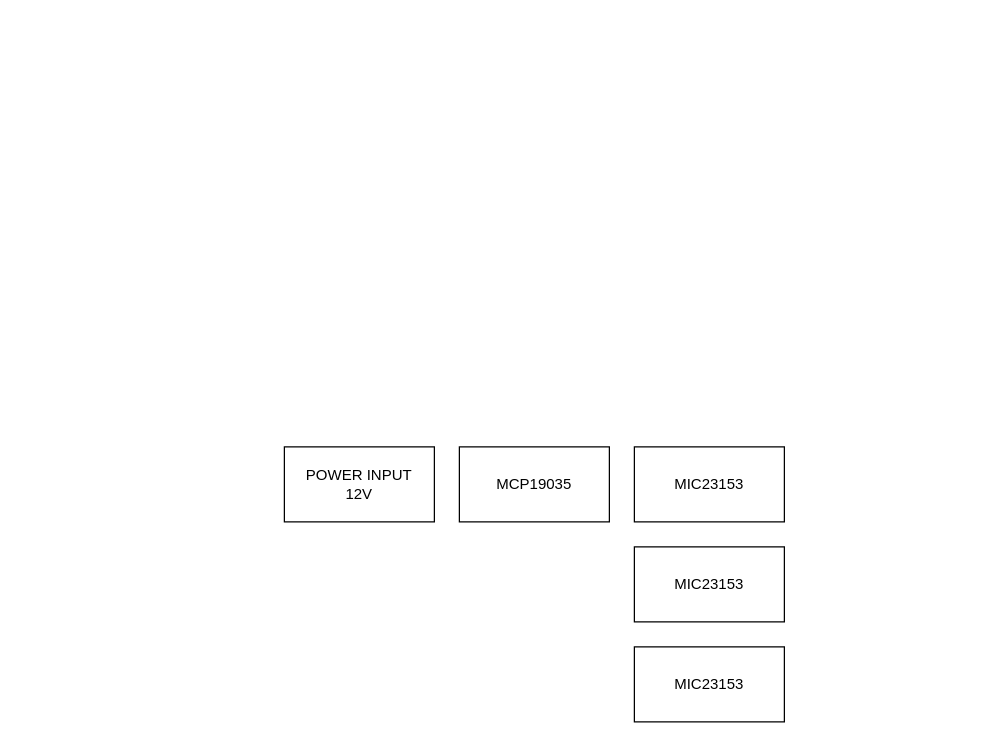
This is Docs/System Design/power-overview.drawio from silardg/hub_project, a draw.io file, before an edit. Source tidied: cells renumbered, new cells numbered last; positions are measured from the earlier drawing's top-left corner, leaving out a move shared by most shapes. Both pictures are drawn from the tidied source at 125%, with x=0, y=0 at pixel (284, 446).
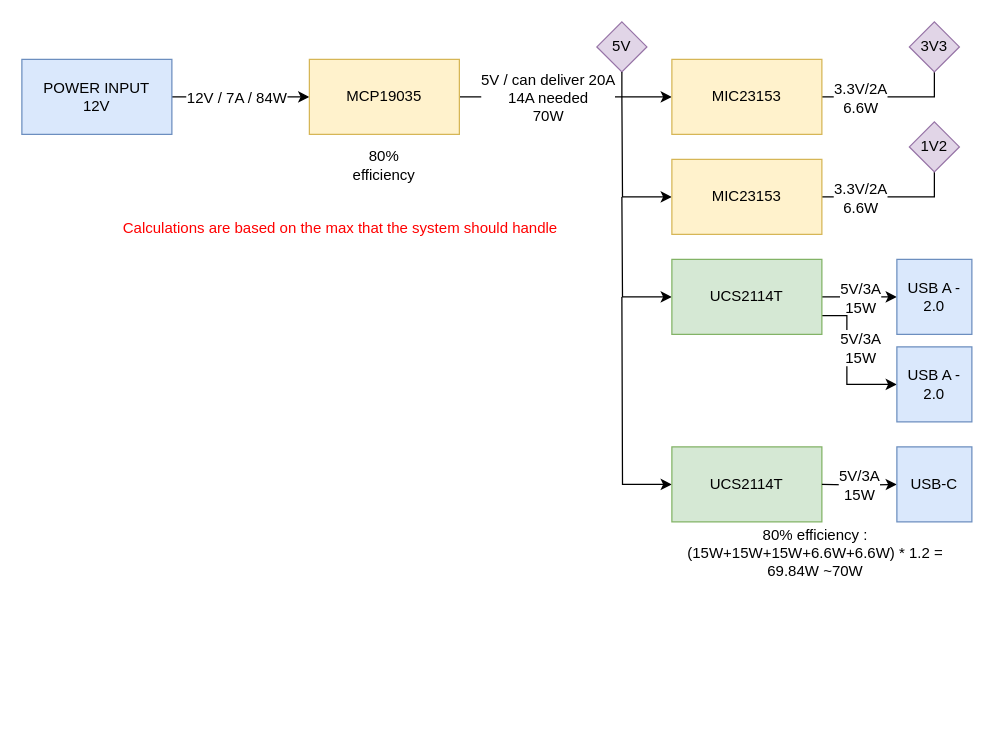
Above is the later version.

Commit message (it also covers changes not shown here):
Adding power design

The edit, as a diff of the source:
```diff
@@
+    <mxCell id="7" style="edgeStyle=orthogonalEdgeStyle;rounded=0;jettySize=auto;html=1;" parent="1" edge="1" source="2" target="3">
+      <mxGeometry relative="1" as="geometry" />
+    </mxCell>
+    <mxCell id="8" value="12V / 7A / 84W" style="edgeLabel;html=1;align=center;verticalAlign=middle;fontSize=12;" parent="7" vertex="1">
+      <mxGeometry x="-0.19" relative="1" as="geometry">
+        <mxPoint x="6" as="offset" />
+      </mxGeometry>
+    </mxCell>
-    <mxCell id="2" value="POWER INPUT&lt;br&gt;12V" style="rounded=0;whiteSpace=wrap;html=1;" parent="1" vertex="1">
-      <mxGeometry width="120" height="60" as="geometry" />
+    <mxCell id="2" value="POWER INPUT&lt;br&gt;12V" style="rounded=0;whiteSpace=wrap;html=1;fillColor=#dae8fc;strokeColor=#6c8ebf;" parent="1" vertex="1">
+      <mxGeometry x="-210" y="-310" width="120" height="60" as="geometry" />
     </mxCell>
+    <mxCell id="9" style="edgeStyle=orthogonalEdgeStyle;rounded=0;jettySize=auto;html=1;fontSize=12;" parent="1" edge="1" source="3" target="4">
+      <mxGeometry relative="1" as="geometry" />
+    </mxCell>
+    <mxCell id="10" value="5V / can deliver 20A&lt;br&gt;14A needed&lt;br&gt;70W" style="edgeLabel;html=1;align=center;verticalAlign=middle;fontSize=12;" parent="9" vertex="1">
+      <mxGeometry x="-0.31" y="1" relative="1" as="geometry">
+        <mxPoint x="11" y="1" as="offset" />
+      </mxGeometry>
+    </mxCell>
-    <mxCell id="3" value="MCP19035" style="rounded=0;whiteSpace=wrap;html=1;" parent="1" vertex="1">
-      <mxGeometry x="140" width="120" height="60" as="geometry" />
+    <mxCell id="3" value="MCP19035" style="rounded=0;whiteSpace=wrap;html=1;fillColor=#fff2cc;strokeColor=#d6b656;" parent="1" vertex="1">
+      <mxGeometry x="20" y="-310" width="120" height="60" as="geometry" />
     </mxCell>
+    <mxCell id="11" style="edgeStyle=orthogonalEdgeStyle;rounded=0;jettySize=auto;html=1;exitX=1;exitY=0.5;exitDx=0;exitDy=0;entryX=0.5;entryY=1;entryDx=0;entryDy=0;fontSize=12;startArrow=none;startFill=0;endArrow=none;endFill=0;" parent="1" edge="1" source="4" target="18">
+      <mxGeometry relative="1" as="geometry" />
+    </mxCell>
+    <mxCell id="12" value="3.3V/2A&lt;br style=&quot;border-color: var(--border-color);&quot;&gt;6.6W" style="edgeLabel;html=1;align=center;verticalAlign=middle;fontSize=12;" parent="11" vertex="1">
+      <mxGeometry x="-0.42" y="-2" relative="1" as="geometry">
+        <mxPoint x="-2" y="-2" as="offset" />
+      </mxGeometry>
+    </mxCell>
-    <mxCell id="4" value="MIC23153" style="rounded=0;whiteSpace=wrap;html=1;" parent="1" vertex="1">
-      <mxGeometry x="280" width="120" height="60" as="geometry" />
+    <mxCell id="4" value="MIC23153" style="rounded=0;whiteSpace=wrap;html=1;fillColor=#fff2cc;strokeColor=#d6b656;" parent="1" vertex="1">
+      <mxGeometry x="310" y="-310" width="120" height="60" as="geometry" />
     </mxCell>
+    <mxCell id="13" style="edgeStyle=orthogonalEdgeStyle;rounded=0;jettySize=auto;html=1;exitX=0;exitY=0.5;exitDx=0;exitDy=0;fontSize=12;startArrow=classic;startFill=1;endArrow=none;endFill=0;" parent="1" edge="1" source="5">
+      <mxGeometry relative="1" as="geometry">
+        <mxPoint x="270" y="-280" as="targetPoint" />
+      </mxGeometry>
+    </mxCell>
+    <mxCell id="14" style="edgeStyle=orthogonalEdgeStyle;rounded=0;jettySize=auto;html=1;exitX=1;exitY=0.5;exitDx=0;exitDy=0;entryX=0.5;entryY=1;entryDx=0;entryDy=0;fontSize=12;startArrow=none;startFill=0;endArrow=none;endFill=0;" parent="1" edge="1" source="5" target="19">
+      <mxGeometry relative="1" as="geometry" />
+    </mxCell>
+    <mxCell id="15" value="3.3V/2A&lt;br&gt;6.6W" style="edgeLabel;html=1;align=center;verticalAlign=middle;fontSize=12;" parent="14" vertex="1">
+      <mxGeometry x="-0.4" relative="1" as="geometry">
+        <mxPoint x="-3" as="offset" />
+      </mxGeometry>
+    </mxCell>
-    <mxCell id="5" value="MIC23153" style="rounded=0;whiteSpace=wrap;html=1;" parent="1" vertex="1">
-      <mxGeometry x="280" y="80" width="120" height="60" as="geometry" />
+    <mxCell id="5" value="MIC23153" style="rounded=0;whiteSpace=wrap;html=1;fillColor=#fff2cc;strokeColor=#d6b656;" parent="1" vertex="1">
+      <mxGeometry x="310" y="-230" width="120" height="60" as="geometry" />
     </mxCell>
-    <mxCell id="6" value="MIC23153" style="rounded=0;whiteSpace=wrap;html=1;" parent="1" vertex="1">
-      <mxGeometry x="280" y="160" width="120" height="60" as="geometry" />
-    </mxCell>
+    <mxCell id="16" value="&lt;font style=&quot;font-size: 12px;&quot;&gt;5V&lt;/font&gt;" style="rhombus;whiteSpace=wrap;html=1;align=center;fillColor=#e1d5e7;strokeColor=#9673a6;" parent="1" vertex="1">
+      <mxGeometry x="250" y="-340" width="40" height="40" as="geometry" />
+    </mxCell>
+    <mxCell id="17" style="endArrow=none;html=1;rounded=0;fontSize=12;entryX=0.5;entryY=1;entryDx=0;entryDy=0;" parent="1" edge="1" target="16">
+      <mxGeometry relative="1" as="geometry">
+        <mxPoint x="270" y="-280" as="sourcePoint" />
+      </mxGeometry>
+    </mxCell>
+    <mxCell id="18" value="&lt;font style=&quot;font-size: 12px;&quot;&gt;3V3&lt;/font&gt;" style="rhombus;whiteSpace=wrap;html=1;align=center;fillColor=#e1d5e7;strokeColor=#9673a6;" parent="1" vertex="1">
+      <mxGeometry x="500" y="-340" width="40" height="40" as="geometry" />
+    </mxCell>
+    <mxCell id="19" value="&lt;font style=&quot;font-size: 12px;&quot;&gt;1V2&lt;/font&gt;" style="rhombus;whiteSpace=wrap;html=1;align=center;fillColor=#e1d5e7;strokeColor=#9673a6;" parent="1" vertex="1">
+      <mxGeometry x="500" y="-260" width="40" height="40" as="geometry" />
+    </mxCell>
+    <mxCell id="20" style="edgeStyle=orthogonalEdgeStyle;rounded=0;jettySize=auto;html=1;exitX=1;exitY=0.5;exitDx=0;exitDy=0;entryX=0;entryY=0.5;entryDx=0;entryDy=0;fontSize=12;startArrow=none;startFill=0;endArrow=classic;endFill=1;" parent="1" edge="1" source="24" target="25">
+      <mxGeometry relative="1" as="geometry" />
+    </mxCell>
+    <mxCell id="21" value="5V/3A&lt;br&gt;15W" style="edgeLabel;html=1;align=center;verticalAlign=middle;fontSize=12;" parent="20" vertex="1">
+      <mxGeometry x="-0.31" y="-1" relative="1" as="geometry">
+        <mxPoint x="9" y="-1" as="offset" />
+      </mxGeometry>
+    </mxCell>
+    <mxCell id="22" style="edgeStyle=orthogonalEdgeStyle;rounded=0;jettySize=auto;html=1;exitX=0;exitY=0.5;exitDx=0;exitDy=0;fontSize=12;startArrow=classic;startFill=1;endArrow=none;endFill=0;" parent="1" edge="1" source="24">
+      <mxGeometry relative="1" as="geometry">
+        <mxPoint x="270" y="-200" as="targetPoint" />
+      </mxGeometry>
+    </mxCell>
+    <mxCell id="23" style="edgeStyle=orthogonalEdgeStyle;rounded=0;jettySize=auto;html=1;exitX=1;exitY=0.75;exitDx=0;exitDy=0;entryX=0;entryY=0.5;entryDx=0;entryDy=0;fontSize=12;startArrow=none;startFill=0;endArrow=classic;endFill=1;" parent="1" edge="1" source="24" target="33">
+      <mxGeometry relative="1" as="geometry">
+        <Array as="points">
+          <mxPoint x="450" y="-105" />
+          <mxPoint x="450" y="-50" />
+        </Array>
+      </mxGeometry>
+    </mxCell>
+    <mxCell id="24" value="UCS2114T" style="rounded=0;whiteSpace=wrap;html=1;fillColor=#d5e8d4;strokeColor=#82b366;" parent="1" vertex="1">
+      <mxGeometry x="310" y="-150" width="120" height="60" as="geometry" />
+    </mxCell>
+    <mxCell id="25" value="USB A - 2.0" style="rounded=0;whiteSpace=wrap;html=1;fontSize=12;fillColor=#dae8fc;strokeColor=#6c8ebf;" parent="1" vertex="1">
+      <mxGeometry x="490" y="-150" width="60" height="60" as="geometry" />
+    </mxCell>
+    <mxCell id="26" style="edgeStyle=orthogonalEdgeStyle;rounded=0;jettySize=auto;html=1;exitX=0;exitY=0.5;exitDx=0;exitDy=0;fontSize=12;startArrow=classic;startFill=1;endArrow=none;endFill=0;" parent="1" edge="1" source="27">
+      <mxGeometry relative="1" as="geometry">
+        <mxPoint x="270" y="-120" as="targetPoint" />
+      </mxGeometry>
+    </mxCell>
+    <mxCell id="27" value="UCS2114T" style="rounded=0;whiteSpace=wrap;html=1;fillColor=#d5e8d4;strokeColor=#82b366;" parent="1" vertex="1">
+      <mxGeometry x="310" width="120" height="60" as="geometry" />
+    </mxCell>
+    <mxCell id="28" style="edgeStyle=orthogonalEdgeStyle;rounded=0;jettySize=auto;html=1;exitX=1;exitY=0.5;exitDx=0;exitDy=0;entryX=0;entryY=0.5;entryDx=0;entryDy=0;fontSize=12;startArrow=none;startFill=0;endArrow=classic;endFill=1;" parent="1" edge="1" target="30">
+      <mxGeometry relative="1" as="geometry">
+        <mxPoint x="430" y="30" as="sourcePoint" />
+      </mxGeometry>
+    </mxCell>
+    <mxCell id="29" value="5V/3A&lt;br&gt;15W" style="edgeLabel;html=1;align=center;verticalAlign=middle;fontSize=12;" parent="28" vertex="1">
+      <mxGeometry x="-0.31" y="-1" relative="1" as="geometry">
+        <mxPoint x="9" y="-1" as="offset" />
+      </mxGeometry>
+    </mxCell>
+    <mxCell id="30" value="USB-C" style="rounded=0;whiteSpace=wrap;html=1;fontSize=12;fillColor=#dae8fc;strokeColor=#6c8ebf;" parent="1" vertex="1">
+      <mxGeometry x="490" width="60" height="60" as="geometry" />
+    </mxCell>
+    <mxCell id="31" value="80% efficiency : (15W+15W+15W+6.6W+6.6W) * 1.2 = 69.84W ~70W" style="text;html=1;strokeColor=none;fillColor=none;align=center;verticalAlign=middle;whiteSpace=wrap;rounded=0;fontSize=12;" parent="1" vertex="1">
+      <mxGeometry x="300" y="70" width="250" height="30" as="geometry" />
+    </mxCell>
+    <mxCell id="32" value="80% efficiency" style="text;html=1;strokeColor=none;fillColor=none;align=center;verticalAlign=middle;whiteSpace=wrap;rounded=0;fontSize=12;" parent="1" vertex="1">
+      <mxGeometry x="50" y="-240" width="60" height="30" as="geometry" />
+    </mxCell>
+    <mxCell id="33" value="USB A - 2.0" style="rounded=0;whiteSpace=wrap;html=1;fontSize=12;fillColor=#dae8fc;strokeColor=#6c8ebf;" parent="1" vertex="1">
+      <mxGeometry x="490" y="-80" width="60" height="60" as="geometry" />
+    </mxCell>
+    <mxCell id="34" value="5V/3A&lt;br&gt;15W" style="edgeLabel;html=1;align=center;verticalAlign=middle;fontSize=12;" parent="1" vertex="1">
+      <mxGeometry x="460" y="-80" as="geometry" />
+    </mxCell>
+    <mxCell id="35" value="&lt;font color=&quot;#ff0000&quot;&gt;Calculations are based on the max that the system should handle&lt;/font&gt;" style="text;html=1;strokeColor=none;fillColor=none;align=center;verticalAlign=middle;whiteSpace=wrap;rounded=0;fontSize=12;" parent="1" vertex="1">
+      <mxGeometry x="-130" y="-190" width="350" height="30" as="geometry" />
+    </mxCell>
```
